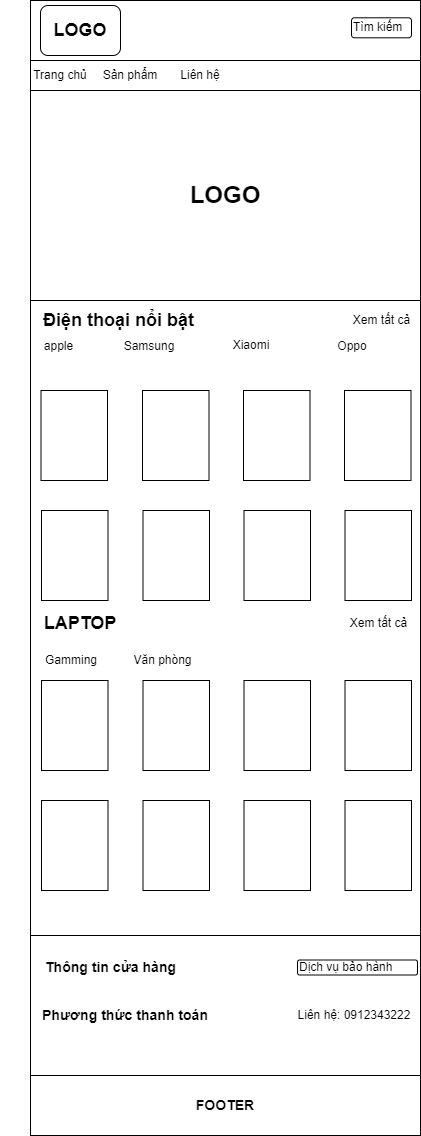
The draw.io diagram img/Trang chu-MOBILE.png in NguyenHocPH36330/Web106_HocNC, before a commit. Source tidied: cells renumbered, new cells last; positions are measured from the earlier drawing's top-left corner, leaving out a move shared by most shapes.
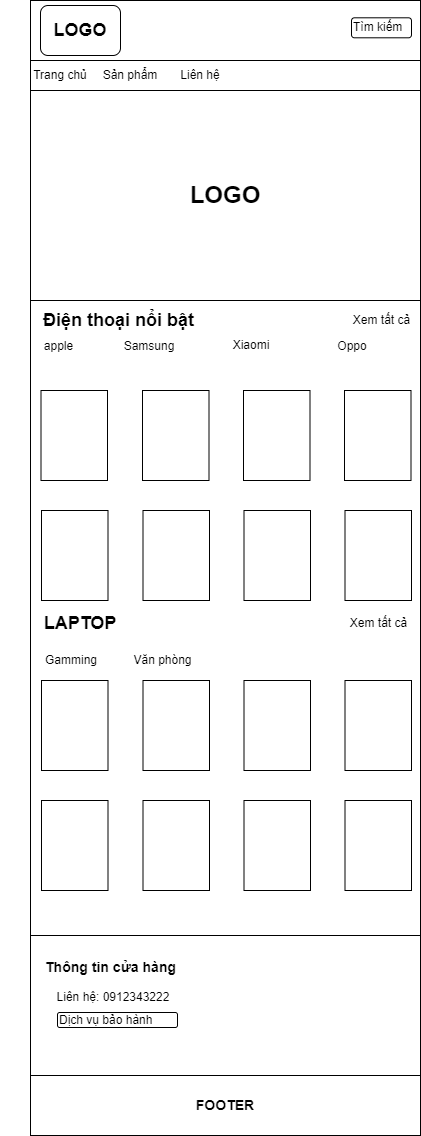
After the commit.

What changed in the source:
```diff
@@ -108,16 +108,13 @@
       <mxGeometry x="30" y="935" width="390" height="140" as="geometry" />
     </mxCell>
     <mxCell id="37" value="Dịch vụ bảo hành" style="rounded=1;whiteSpace=wrap;html=1;align=left;" parent="1" vertex="1">
-      <mxGeometry x="297" y="959.5" width="120" height="15" as="geometry" />
+      <mxGeometry x="57" y="1012" width="120" height="15" as="geometry" />
     </mxCell>
-    <mxCell id="38" value="&lt;h3&gt;Phương thức thanh toán&lt;/h3&gt;" style="text;html=1;align=center;verticalAlign=middle;whiteSpace=wrap;rounded=0;" parent="1" vertex="1">
-      <mxGeometry x="40" y="1000" width="170" height="30" as="geometry" />
-    </mxCell>
     <mxCell id="39" value="&lt;h3&gt;Thông tin cửa hàng&lt;/h3&gt;" style="text;html=1;align=left;verticalAlign=middle;whiteSpace=wrap;rounded=0;" parent="1" vertex="1">
       <mxGeometry x="43" y="952" width="140" height="30" as="geometry" />
     </mxCell>
     <mxCell id="40" value="Liên hệ: 0912343222" style="text;html=1;align=center;verticalAlign=middle;whiteSpace=wrap;rounded=0;" parent="1" vertex="1">
-      <mxGeometry x="288" y="1000" width="132" height="30" as="geometry" />
+      <mxGeometry x="47" y="982" width="132" height="30" as="geometry" />
     </mxCell>
     <mxCell id="41" value="Xem tất cả" style="text;html=1;strokeColor=none;fillColor=none;align=center;verticalAlign=middle;whiteSpace=wrap;rounded=0;flipH=0;" parent="1" vertex="1">
       <mxGeometry x="342.5" y="305" width="77" height="30" as="geometry" />
```
